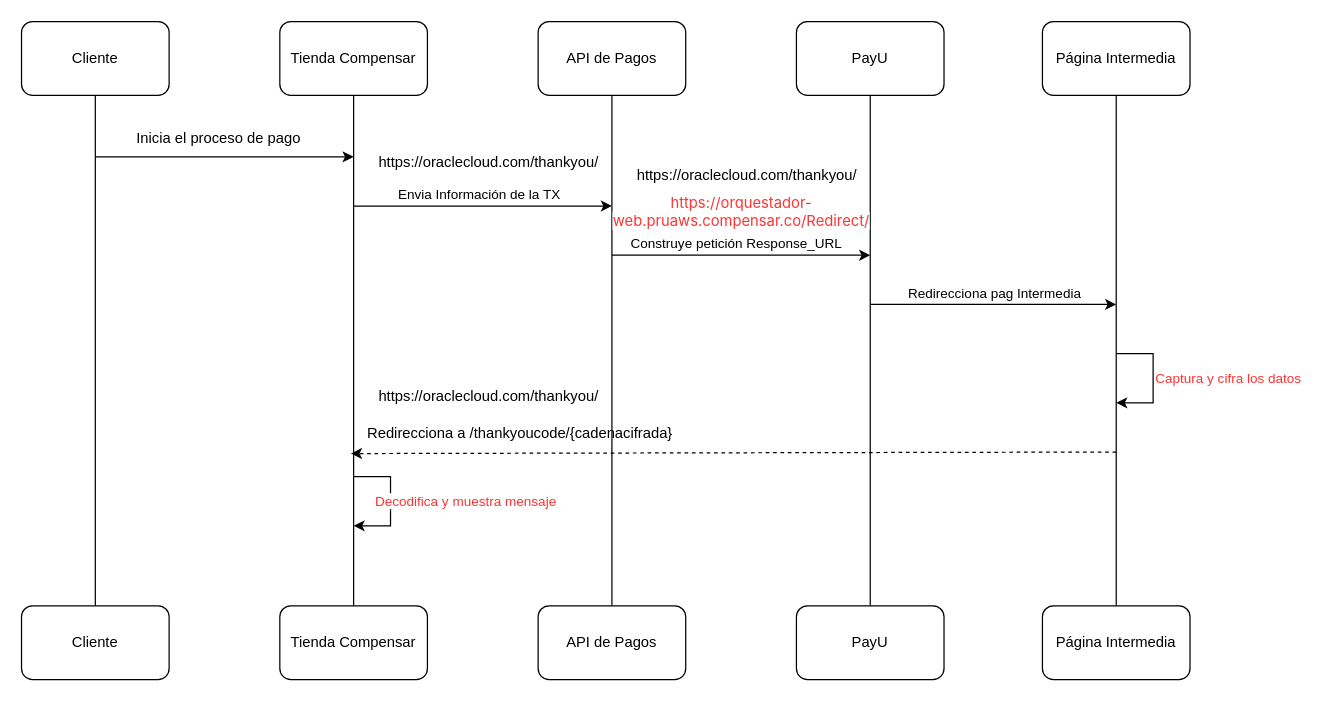
Above: page "Opción 1" (1 of 3) of Pixel.drawio in carlosvalderrama1204/diagrams (draw.io), before the change. Source tidied: cells renumbered, new cells numbered last; positions are measured from the earlier drawing's top-left corner, leaving out a move shared by most shapes. Both pictures are drawn from the tidied source at 123%, with x=0, y=0 at pixel (21, 21).
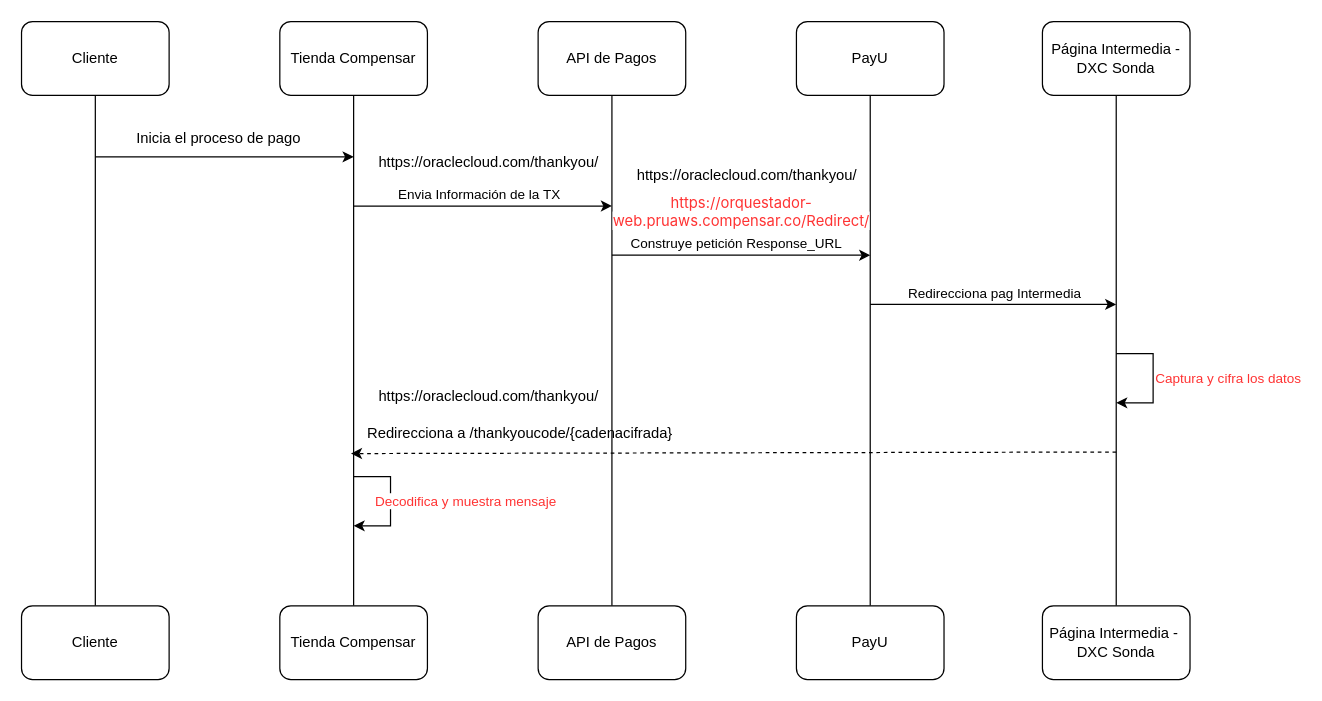
Above is the later version.

The edit, as a diff of the source:
```diff
@@
-    <mxCell id="11" value="Página Intermedia" style="rounded=1;whiteSpace=wrap;html=1;" parent="1" vertex="1">
+    <mxCell id="11" value="Página Intermedia -&lt;div&gt;DXC Sonda&lt;/div&gt;" style="rounded=1;whiteSpace=wrap;html=1;" parent="1" vertex="1">
       <mxGeometry x="830" width="120" height="60" as="geometry" />
     </mxCell>
@@
-    <mxCell id="16" value="Página Intermedia" style="rounded=1;whiteSpace=wrap;html=1;" parent="1" vertex="1">
+    <mxCell id="16" value="Página Intermedia -&amp;nbsp;&lt;div&gt;DXC Sonda&lt;/div&gt;" style="rounded=1;whiteSpace=wrap;html=1;" parent="1" vertex="1">
       <mxGeometry x="830" y="475" width="120" height="60" as="geometry" />
     </mxCell>
```
